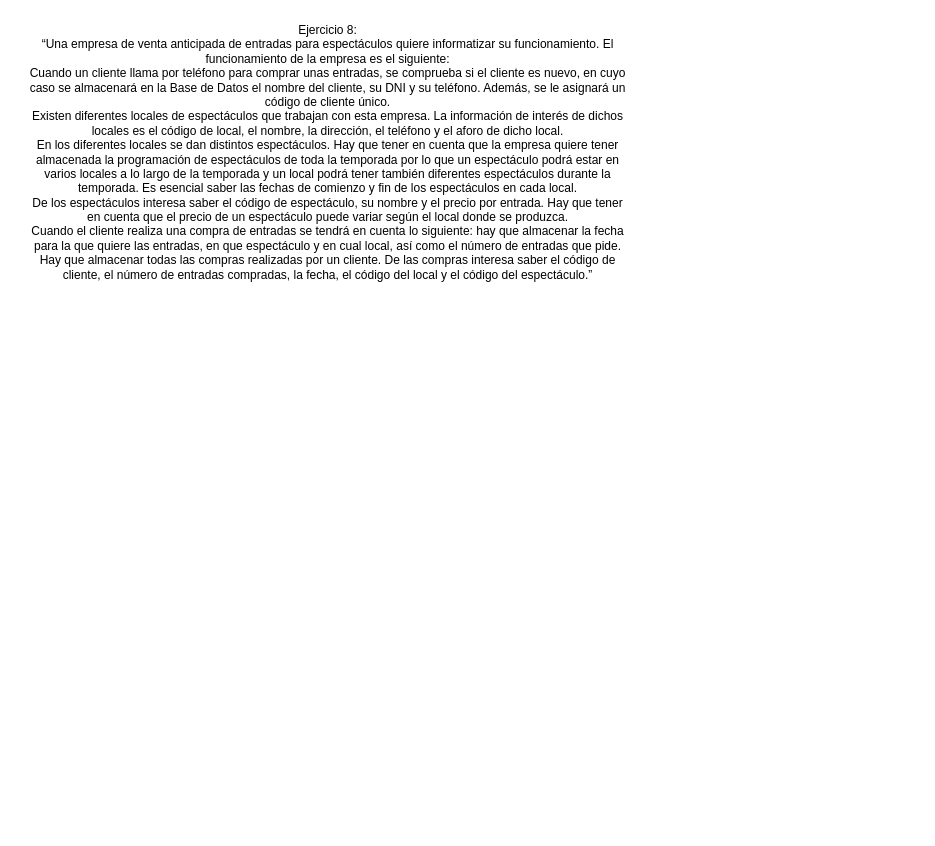
The draw.io diagram page "Página-4" (4 of 4) of Diagrama sin título.drawio in Cris25nkl/DIAGRAMS_BD, before the edit. Source tidied: cells renumbered, new cells numbered last; positions are measured from the earlier drawing's top-left corner, leaving out a move shared by most shapes. Both pictures are drawn from the tidied source at 100%, with x=0, y=0 at pixel (17, 17).
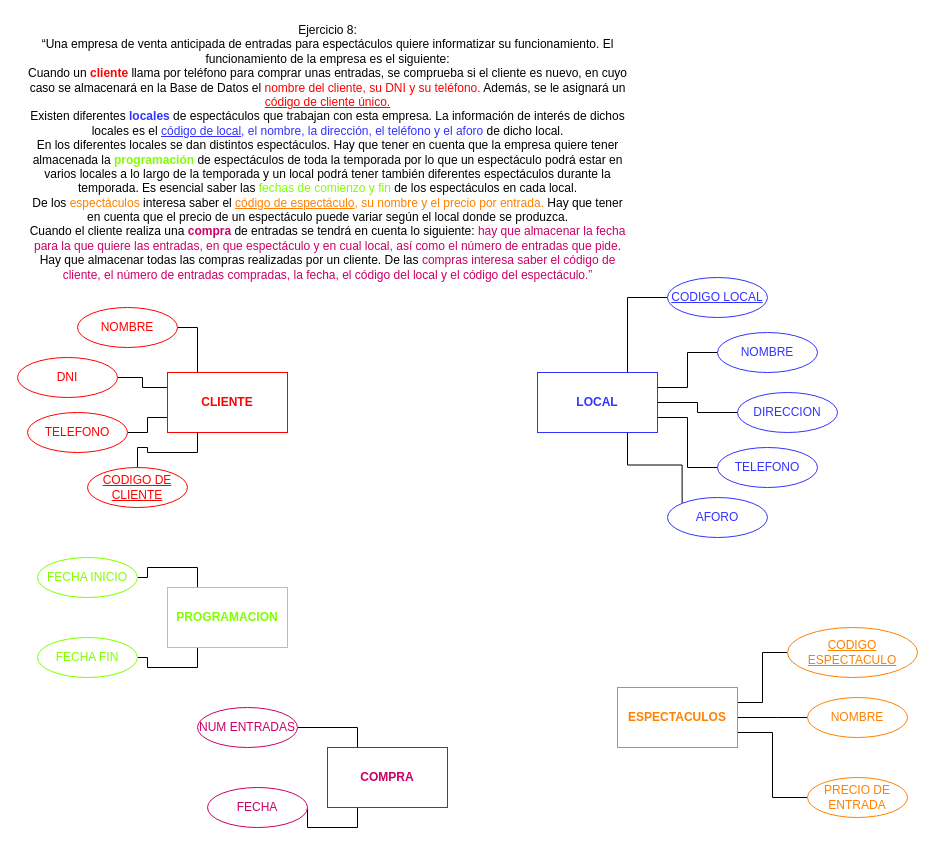
After the change.

Diff of the diagram source:
```diff
@@
-    <mxCell id="2" value="Ejercicio 8:&lt;br/&gt;“Una empresa de venta anticipada de entradas para espectáculos quiere informatizar su funcionamiento. El&lt;br/&gt;funcionamiento de la empresa es el siguiente:&lt;br/&gt;Cuando un cliente llama por teléfono para comprar unas entradas, se comprueba si el cliente es nuevo, en cuyo&lt;br/&gt;caso se almacenará en la Base de Datos el nombre del cliente, su DNI y su teléfono. Además, se le asignará un&lt;br/&gt;código de cliente único.&lt;br/&gt;Existen diferentes locales de espectáculos que trabajan con esta empresa. La información de interés de dichos&lt;br/&gt;locales es el código de local, el nombre, la dirección, el teléfono y el aforo de dicho local.&lt;br/&gt;En los diferentes locales se dan distintos espectáculos. Hay que tener en cuenta que la empresa quiere tener&lt;br/&gt;almacenada la programación de espectáculos de toda la temporada por lo que un espectáculo podrá estar en&lt;br/&gt;varios locales a lo largo de la temporada y un local podrá tener también diferentes espectáculos durante la&lt;br/&gt;temporada. Es esencial saber las fechas de comienzo y fin de los espectáculos en cada local.&lt;br/&gt;De los espectáculos interesa saber el código de espectáculo, su nombre y el precio por entrada. Hay que tener&lt;br/&gt;en cuenta que el precio de un espectáculo puede variar según el local donde se produzca.&lt;br/&gt;Cuando el cliente realiza una compra de entradas se tendrá en cuenta lo siguiente: hay que almacenar la fecha&lt;br/&gt;para la que quiere las entradas, en que espectáculo y en cual local, así como el número de entradas que pide.&lt;br/&gt;Hay que almacenar todas las compras realizadas por un cliente. De las compras interesa saber el código de&lt;br/&gt;cliente, el número de entradas compradas, la fecha, el código del local y el código del espectáculo.”&lt;br/&gt;" style="text;html=1;align=center;verticalAlign=middle;strokeColor=none;fillColor=none;" parent="1" vertex="1">
+    <mxCell id="2" value="Ejercicio 8:&lt;br&gt;“Una empresa de venta anticipada de entradas para espectáculos quiere informatizar su funcionamiento. El&lt;br&gt;funcionamiento de la empresa es el siguiente:&lt;br&gt;Cuando un &lt;font color=&quot;#ff0000&quot;&gt;&lt;b&gt;cliente&lt;/b&gt;&lt;/font&gt; llama por teléfono para comprar unas entradas, se comprueba si el cliente es nuevo, en cuyo&lt;br&gt;caso se almacenará en la Base de Datos el &lt;font color=&quot;#ff0000&quot;&gt;nombre del cliente, su DNI y su teléfono.&lt;/font&gt; Además, se le asignará un&lt;br&gt;&lt;font color=&quot;#ff0000&quot;&gt;&lt;u&gt;código de cliente único.&lt;/u&gt;&lt;/font&gt;&lt;br&gt;Existen diferentes &lt;font color=&quot;#3333ff&quot;&gt;&lt;b&gt;locales&lt;/b&gt;&lt;/font&gt; de espectáculos que trabajan con esta empresa. La información de interés de dichos&lt;br&gt;locales es el &lt;font color=&quot;#3333ff&quot;&gt;&lt;u&gt;código de local&lt;/u&gt;, el nombre, la dirección, el teléfono y el aforo&lt;/font&gt; de dicho local.&lt;br&gt;En los diferentes locales se dan distintos espectáculos. Hay que tener en cuenta que la empresa quiere tener&lt;br&gt;almacenada la &lt;font color=&quot;#80ff00&quot;&gt;&lt;b&gt;programación&lt;/b&gt;&lt;/font&gt; de espectáculos de toda la temporada por lo que un espectáculo podrá estar en&lt;br&gt;varios locales a lo largo de la temporada y un local podrá tener también diferentes espectáculos durante la&lt;br&gt;temporada. Es esencial saber las &lt;font color=&quot;#80ff00&quot;&gt;fechas de comienzo y fin &lt;/font&gt;de los espectáculos en cada local.&lt;br&gt;De los &lt;font color=&quot;#ff8000&quot;&gt;espectáculos&lt;/font&gt; interesa saber el&lt;font color=&quot;#ff8000&quot;&gt; &lt;u&gt;código de espectáculo&lt;/u&gt;, su nombre y el precio por entrada.&lt;/font&gt; Hay que tener&lt;br&gt;en cuenta que el precio de un espectáculo puede variar según el local donde se produzca.&lt;br&gt;Cuando el cliente realiza una &lt;font color=&quot;#cc0066&quot;&gt;&lt;b&gt;compra &lt;/b&gt;&lt;/font&gt;de entradas se tendrá en cuenta lo siguiente: &lt;font color=&quot;#cc0066&quot;&gt;hay que almacenar la fecha&lt;br&gt;para la que quiere las entradas, en que espectáculo y en cual local, así como el número de entradas que pide.&lt;br&gt;&lt;/font&gt;Hay que almacenar todas las compras realizadas por un cliente. De las &lt;font color=&quot;#cc0066&quot;&gt;compras interesa saber el código de&lt;br&gt;cliente, el número de entradas compradas, la fecha, el código del local y el código del espectáculo.”&lt;/font&gt;" style="text;html=1;align=center;verticalAlign=middle;strokeColor=none;fillColor=none;" parent="1" vertex="1">
       <mxGeometry width="620" height="270" as="geometry" />
     </mxCell>
+    <mxCell id="3" style="edgeStyle=orthogonalEdgeStyle;rounded=0;jettySize=auto;html=1;exitX=0.25;exitY=0;exitDx=0;exitDy=0;entryX=1;entryY=0.5;entryDx=0;entryDy=0;endArrow=none;endFill=0;" parent="1" edge="1" source="7" target="24">
+      <mxGeometry relative="1" as="geometry" />
+    </mxCell>
+    <mxCell id="4" style="edgeStyle=orthogonalEdgeStyle;rounded=0;jettySize=auto;html=1;exitX=0;exitY=0.25;exitDx=0;exitDy=0;endArrow=none;endFill=0;" parent="1" edge="1" source="7" target="25">
+      <mxGeometry relative="1" as="geometry" />
+    </mxCell>
+    <mxCell id="5" style="edgeStyle=orthogonalEdgeStyle;rounded=0;jettySize=auto;html=1;exitX=0;exitY=0.75;exitDx=0;exitDy=0;entryX=1;entryY=0.5;entryDx=0;entryDy=0;endArrow=none;endFill=0;" parent="1" edge="1" source="7" target="26">
+      <mxGeometry relative="1" as="geometry" />
+    </mxCell>
+    <mxCell id="6" style="edgeStyle=orthogonalEdgeStyle;rounded=0;jettySize=auto;html=1;exitX=0.25;exitY=1;exitDx=0;exitDy=0;endArrow=none;endFill=0;" parent="1" edge="1" source="7" target="27">
+      <mxGeometry relative="1" as="geometry" />
+    </mxCell>
+    <mxCell id="7" value="&lt;b&gt;CLIENTE&lt;/b&gt;" style="whiteSpace=wrap;html=1;strokeColor=#FF0000;fontColor=#FF0000;" parent="1" vertex="1">
+      <mxGeometry x="150" y="355" width="120" height="60" as="geometry" />
+    </mxCell>
+    <mxCell id="8" style="edgeStyle=orthogonalEdgeStyle;rounded=0;jettySize=auto;html=1;exitX=0.75;exitY=0;exitDx=0;exitDy=0;entryX=0;entryY=0.5;entryDx=0;entryDy=0;endArrow=none;endFill=0;" parent="1" edge="1" source="13" target="28">
+      <mxGeometry relative="1" as="geometry" />
+    </mxCell>
+    <mxCell id="9" style="edgeStyle=orthogonalEdgeStyle;rounded=0;jettySize=auto;html=1;exitX=1;exitY=0.25;exitDx=0;exitDy=0;entryX=0;entryY=0.5;entryDx=0;entryDy=0;endArrow=none;endFill=0;" parent="1" edge="1" source="13" target="29">
+      <mxGeometry relative="1" as="geometry" />
+    </mxCell>
+    <mxCell id="10" style="edgeStyle=orthogonalEdgeStyle;rounded=0;jettySize=auto;html=1;exitX=1;exitY=0.5;exitDx=0;exitDy=0;endArrow=none;endFill=0;" parent="1" edge="1" source="13" target="30">
+      <mxGeometry relative="1" as="geometry" />
+    </mxCell>
+    <mxCell id="11" style="edgeStyle=orthogonalEdgeStyle;rounded=0;jettySize=auto;html=1;exitX=1;exitY=0.75;exitDx=0;exitDy=0;entryX=0;entryY=0.5;entryDx=0;entryDy=0;endArrow=none;endFill=0;" parent="1" edge="1" source="13" target="31">
+      <mxGeometry relative="1" as="geometry" />
+    </mxCell>
+    <mxCell id="12" style="edgeStyle=orthogonalEdgeStyle;rounded=0;jettySize=auto;html=1;exitX=0.75;exitY=1;exitDx=0;exitDy=0;entryX=0;entryY=0;entryDx=0;entryDy=0;endArrow=none;endFill=0;" parent="1" edge="1" source="13" target="32">
+      <mxGeometry relative="1" as="geometry" />
+    </mxCell>
+    <mxCell id="13" value="&lt;b&gt;LOCAL&lt;/b&gt;" style="whiteSpace=wrap;html=1;strokeColor=#3333FF;fontColor=#3333FF;" parent="1" vertex="1">
+      <mxGeometry x="520" y="355" width="120" height="60" as="geometry" />
+    </mxCell>
+    <mxCell id="14" style="edgeStyle=orthogonalEdgeStyle;rounded=0;jettySize=auto;html=1;exitX=0.25;exitY=0;exitDx=0;exitDy=0;entryX=1;entryY=0.5;entryDx=0;entryDy=0;endArrow=none;endFill=0;" parent="1" edge="1" source="16" target="33">
+      <mxGeometry relative="1" as="geometry" />
+    </mxCell>
+    <mxCell id="15" style="edgeStyle=orthogonalEdgeStyle;rounded=0;jettySize=auto;html=1;exitX=0.25;exitY=1;exitDx=0;exitDy=0;entryX=1;entryY=0.5;entryDx=0;entryDy=0;endArrow=none;endFill=0;" parent="1" edge="1" source="16" target="34">
+      <mxGeometry relative="1" as="geometry" />
+    </mxCell>
+    <mxCell id="16" value="&lt;b&gt;PROGRAMACION&lt;/b&gt;" style="whiteSpace=wrap;html=1;fontColor=#80FF00;strokeColor=#80FF00;" parent="1" vertex="1">
+      <mxGeometry x="150" y="570" width="120" height="60" as="geometry" />
+    </mxCell>
+    <mxCell id="17" style="edgeStyle=orthogonalEdgeStyle;rounded=0;jettySize=auto;html=1;exitX=1;exitY=0.25;exitDx=0;exitDy=0;entryX=0;entryY=0.5;entryDx=0;entryDy=0;endArrow=none;endFill=0;" parent="1" edge="1" source="20" target="35">
+      <mxGeometry relative="1" as="geometry" />
+    </mxCell>
+    <mxCell id="18" style="edgeStyle=orthogonalEdgeStyle;rounded=0;jettySize=auto;html=1;exitX=1;exitY=0.5;exitDx=0;exitDy=0;entryX=0;entryY=0.5;entryDx=0;entryDy=0;endArrow=none;endFill=0;" parent="1" edge="1" source="20" target="36">
+      <mxGeometry relative="1" as="geometry">
+        <Array as="points">
+          <mxPoint x="760" y="700" />
+          <mxPoint x="760" y="700" />
+        </Array>
+      </mxGeometry>
+    </mxCell>
+    <mxCell id="19" style="edgeStyle=orthogonalEdgeStyle;rounded=0;jettySize=auto;html=1;exitX=1;exitY=0.75;exitDx=0;exitDy=0;entryX=0;entryY=0.5;entryDx=0;entryDy=0;endArrow=none;endFill=0;" parent="1" edge="1" source="20" target="37">
+      <mxGeometry relative="1" as="geometry" />
+    </mxCell>
+    <mxCell id="20" value="ESPECTACULOS" style="whiteSpace=wrap;html=1;fontStyle=1;strokeColor=#FF8000;fontColor=#FF8000;" parent="1" vertex="1">
+      <mxGeometry x="600" y="670" width="120" height="60" as="geometry" />
+    </mxCell>
+    <mxCell id="21" style="edgeStyle=orthogonalEdgeStyle;rounded=0;jettySize=auto;html=1;exitX=0.25;exitY=0;exitDx=0;exitDy=0;entryX=1;entryY=0.5;entryDx=0;entryDy=0;endArrow=none;endFill=0;" parent="1" edge="1" source="23" target="38">
+      <mxGeometry relative="1" as="geometry" />
+    </mxCell>
+    <mxCell id="22" style="edgeStyle=orthogonalEdgeStyle;rounded=0;jettySize=auto;html=1;exitX=0.25;exitY=1;exitDx=0;exitDy=0;entryX=1;entryY=0.5;entryDx=0;entryDy=0;endArrow=none;endFill=0;" parent="1" edge="1" source="23" target="39">
+      <mxGeometry relative="1" as="geometry" />
+    </mxCell>
+    <mxCell id="23" value="&lt;b&gt;COMPRA&lt;/b&gt;" style="whiteSpace=wrap;html=1;fontColor=#CC0066;strokeColor=#CC0066;" parent="1" vertex="1">
+      <mxGeometry x="310" y="730" width="120" height="60" as="geometry" />
+    </mxCell>
+    <mxCell id="24" value="NOMBRE" style="ellipse;whiteSpace=wrap;html=1;align=center;fontColor=#FF0000;strokeColor=#FF0000;" parent="1" vertex="1">
+      <mxGeometry x="60" y="290" width="100" height="40" as="geometry" />
+    </mxCell>
+    <mxCell id="25" value="DNI" style="ellipse;whiteSpace=wrap;html=1;align=center;fontColor=#FF0000;strokeColor=#FF0000;" parent="1" vertex="1">
+      <mxGeometry y="340" width="100" height="40" as="geometry" />
+    </mxCell>
+    <mxCell id="26" value="TELEFONO" style="ellipse;whiteSpace=wrap;html=1;align=center;fontColor=#FF0000;strokeColor=#FF0000;" parent="1" vertex="1">
+      <mxGeometry x="10" y="395" width="100" height="40" as="geometry" />
+    </mxCell>
+    <mxCell id="27" value="CODIGO DE CLIENTE" style="ellipse;whiteSpace=wrap;html=1;align=center;fontStyle=4;fontColor=#FF0000;strokeColor=#FF0000;" parent="1" vertex="1">
+      <mxGeometry x="70" y="450" width="100" height="40" as="geometry" />
+    </mxCell>
+    <mxCell id="28" value="CODIGO LOCAL" style="ellipse;whiteSpace=wrap;html=1;align=center;fontStyle=4;strokeColor=#3333FF;fontColor=#3333FF;" parent="1" vertex="1">
+      <mxGeometry x="650" y="260" width="100" height="40" as="geometry" />
+    </mxCell>
+    <mxCell id="29" value="NOMBRE" style="ellipse;whiteSpace=wrap;html=1;align=center;strokeColor=#3333FF;fontColor=#3333FF;" parent="1" vertex="1">
+      <mxGeometry x="700" y="315" width="100" height="40" as="geometry" />
+    </mxCell>
+    <mxCell id="30" value="DIRECCION" style="ellipse;whiteSpace=wrap;html=1;align=center;strokeColor=#3333FF;fontColor=#3333FF;" parent="1" vertex="1">
+      <mxGeometry x="720" y="375" width="100" height="40" as="geometry" />
+    </mxCell>
+    <mxCell id="31" value="TELEFONO" style="ellipse;whiteSpace=wrap;html=1;align=center;strokeColor=#3333FF;fontColor=#3333FF;" parent="1" vertex="1">
+      <mxGeometry x="700" y="430" width="100" height="40" as="geometry" />
+    </mxCell>
+    <mxCell id="32" value="AFORO" style="ellipse;whiteSpace=wrap;html=1;align=center;strokeColor=#3333FF;fontColor=#3333FF;" parent="1" vertex="1">
+      <mxGeometry x="650" y="480" width="100" height="40" as="geometry" />
+    </mxCell>
+    <mxCell id="33" value="FECHA INICIO" style="ellipse;whiteSpace=wrap;html=1;align=center;fontColor=#80FF00;strokeColor=#80FF00;" parent="1" vertex="1">
+      <mxGeometry x="20" y="540" width="100" height="40" as="geometry" />
+    </mxCell>
+    <mxCell id="34" value="FECHA FIN" style="ellipse;whiteSpace=wrap;html=1;align=center;fontColor=#80FF00;strokeColor=#80FF00;" parent="1" vertex="1">
+      <mxGeometry x="20" y="620" width="100" height="40" as="geometry" />
+    </mxCell>
+    <mxCell id="35" value="CODIGO ESPECTACULO" style="ellipse;whiteSpace=wrap;html=1;align=center;fontStyle=4;strokeColor=#FF8000;fontColor=#FF8000;" parent="1" vertex="1">
+      <mxGeometry x="770" y="610" width="130" height="50" as="geometry" />
+    </mxCell>
+    <mxCell id="36" value="NOMBRE" style="ellipse;whiteSpace=wrap;html=1;align=center;strokeColor=#FF8000;fontColor=#FF8000;" parent="1" vertex="1">
+      <mxGeometry x="790" y="680" width="100" height="40" as="geometry" />
+    </mxCell>
+    <mxCell id="37" value="PRECIO DE ENTRADA" style="ellipse;whiteSpace=wrap;html=1;align=center;strokeColor=#FF8000;fontColor=#FF8000;" parent="1" vertex="1">
+      <mxGeometry x="790" y="760" width="100" height="40" as="geometry" />
+    </mxCell>
+    <mxCell id="38" value="NUM ENTRADAS" style="ellipse;whiteSpace=wrap;html=1;align=center;fontColor=#CC0066;strokeColor=#CC0066;" parent="1" vertex="1">
+      <mxGeometry x="180" y="690" width="100" height="40" as="geometry" />
+    </mxCell>
+    <mxCell id="39" value="FECHA" style="ellipse;whiteSpace=wrap;html=1;align=center;fontColor=#CC0066;strokeColor=#CC0066;" parent="1" vertex="1">
+      <mxGeometry x="190" y="770" width="100" height="40" as="geometry" />
+    </mxCell>
```
